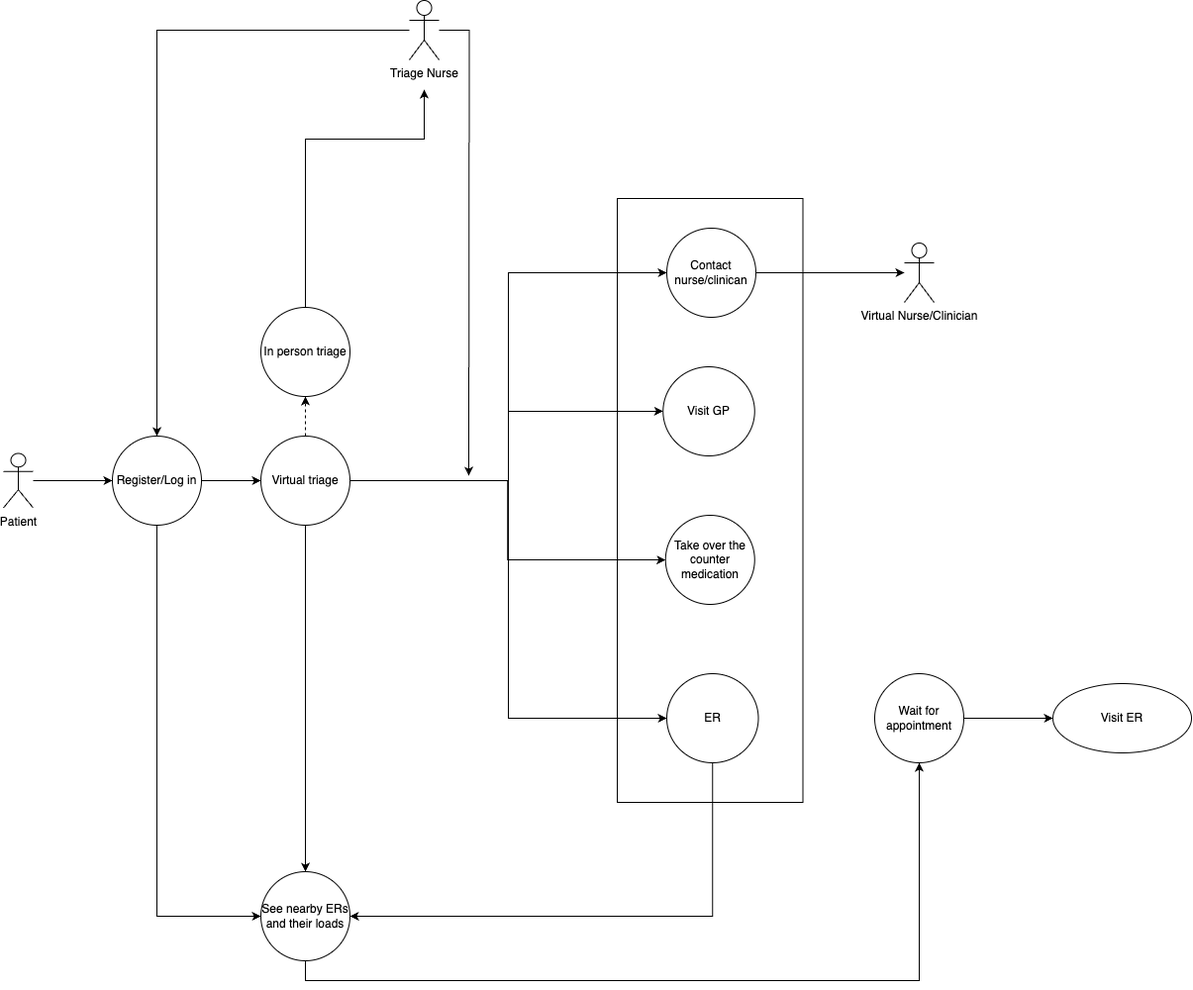
The draw.io diagram UML_Diagram.drawio.png in uvic-teach/project-m1-team6, before a commit. Source tidied: cells renumbered, new cells last; positions are measured from the earlier drawing's top-left corner, leaving out a move shared by most shapes.
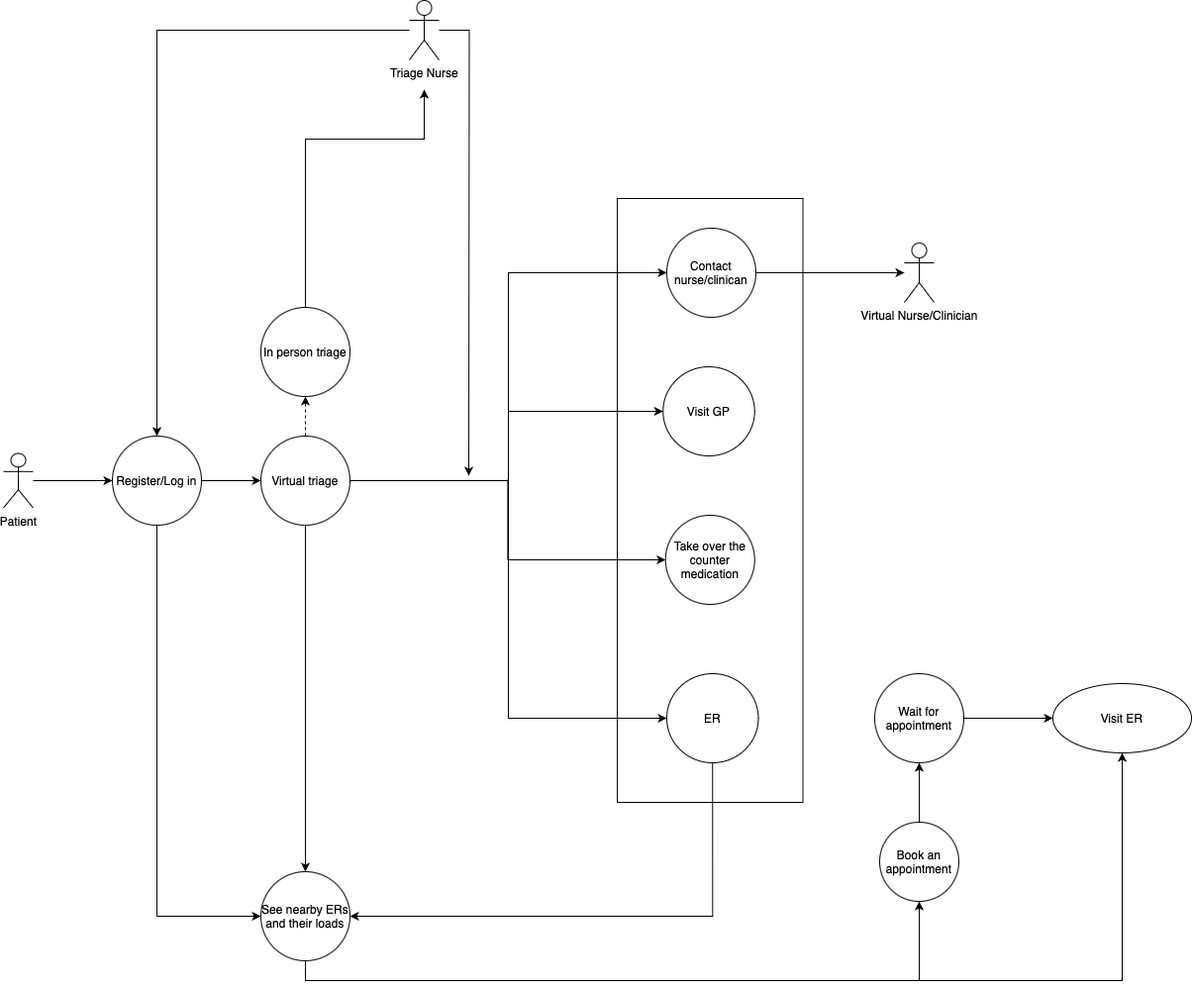
Above is the later version.

What changed in the source:
```diff
@@ -103,11 +103,11 @@
     <mxCell id="28" value="Virtual Nurse/Clinician" style="shape=umlActor;verticalLabelPosition=bottom;verticalAlign=top;html=1;" parent="1" vertex="1">
       <mxGeometry x="910" y="245" width="30" height="60" as="geometry" />
     </mxCell>
-    <mxCell id="29" style="edgeStyle=orthogonalEdgeStyle;rounded=0;jettySize=auto;html=1;" parent="1" edge="1" source="30" target="24">
+    <mxCell id="29" style="edgeStyle=orthogonalEdgeStyle;rounded=0;jettySize=auto;html=1;entryX=0.5;entryY=1;entryDx=0;entryDy=0;" parent="1" edge="1" source="30" target="31">
       <mxGeometry relative="1" as="geometry">
         <Array as="points">
           <mxPoint x="305" y="990" />
-          <mxPoint x="925" y="990" />
+          <mxPoint x="1130" y="990" />
         </Array>
       </mxGeometry>
     </mxCell>
@@ -117,5 +117,19 @@
     <mxCell id="31" value="Visit ER" style="ellipse;whiteSpace=wrap;html=1;fillColor=none;" parent="1" vertex="1">
       <mxGeometry x="1060" y="690" width="140" height="70" as="geometry" />
     </mxCell>
+    <mxCell id="32" value="Book an appointment" style="ellipse;whiteSpace=wrap;html=1;" parent="1" vertex="1">
+      <mxGeometry x="885" y="830" width="80" height="80" as="geometry" />
+    </mxCell>
+    <mxCell id="33" style="endArrow=classic;html=1;rounded=0;entryX=0.5;entryY=1;entryDx=0;entryDy=0;" parent="1" edge="1" target="32">
+      <mxGeometry relative="1" as="geometry">
+        <mxPoint x="310" y="990" as="sourcePoint" />
+        <Array as="points">
+          <mxPoint x="925" y="990" />
+        </Array>
+      </mxGeometry>
+    </mxCell>
+    <mxCell id="34" style="endArrow=classic;html=1;rounded=0;entryX=0.5;entryY=1;entryDx=0;entryDy=0;exitX=0.5;exitY=0;exitDx=0;exitDy=0;" parent="1" edge="1" source="32" target="24">
+      <mxGeometry relative="1" as="geometry" />
+    </mxCell>
   </root>
 </mxGraphModel>
```
